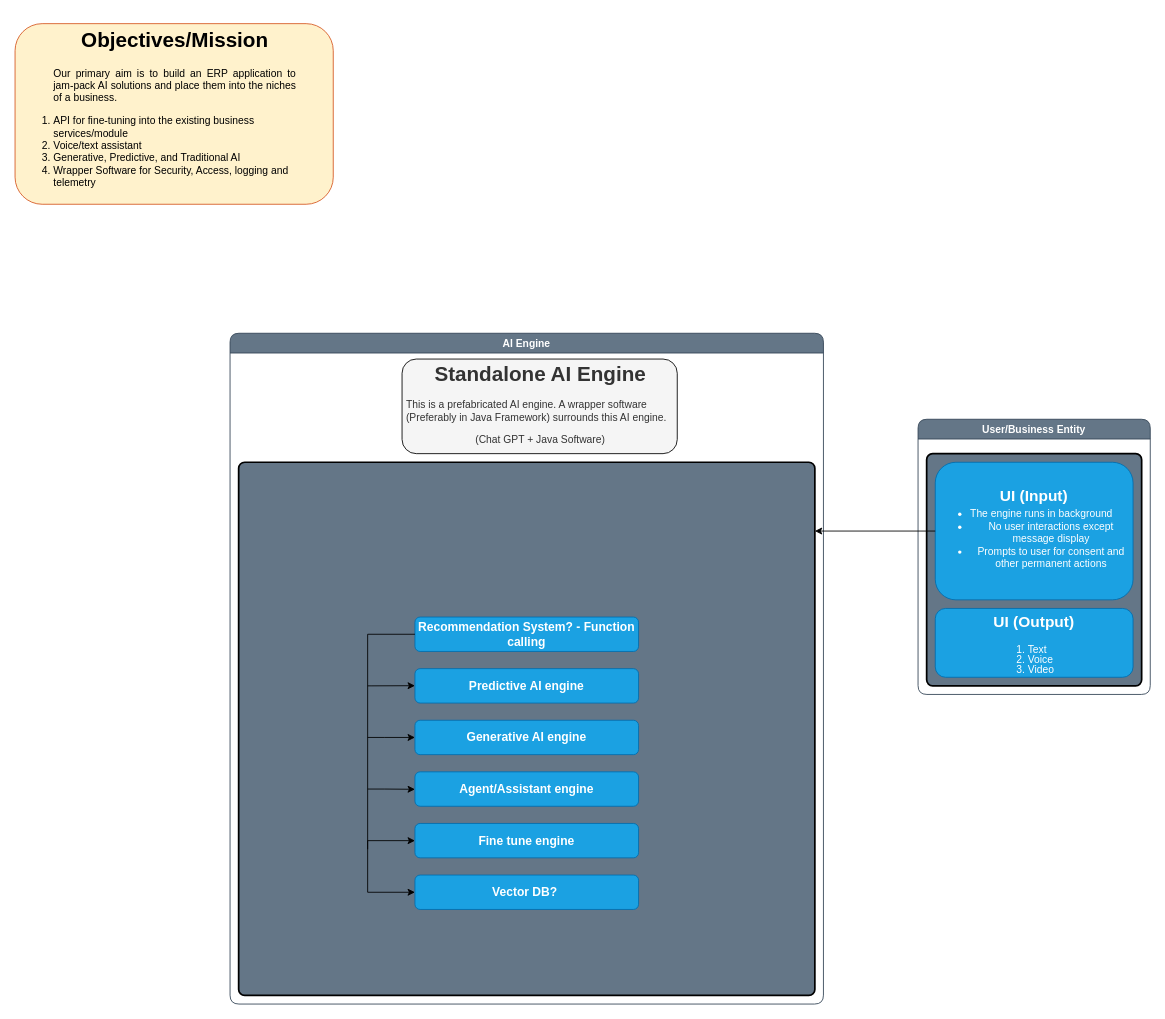
Earlier version of the draw.io diagram System-Design.drawio (Pramosh-Sursa/AI-POC). Source tidied: cells renumbered, new cells numbered last; positions are measured from the earlier drawing's top-left corner, leaving out a move shared by most shapes. Both pictures are drawn from the tidied source at 86%, with x=0, y=0 at pixel (15, 23).
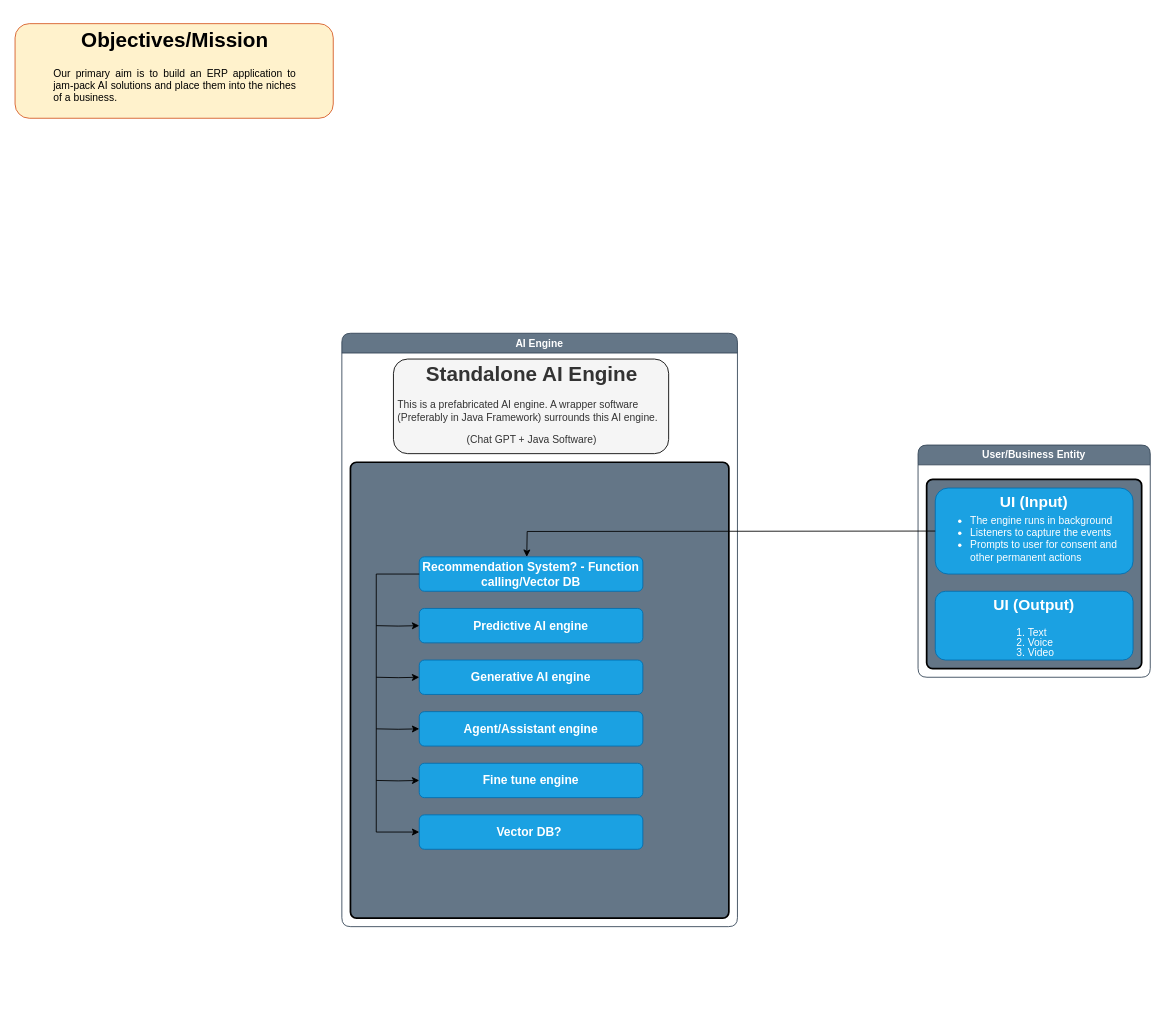
After the change.

Commit message:
Completed Standalone

What changed in the source:
```diff
@@
     <mxCell id="2" value="&lt;div&gt;AI Engine&lt;/div&gt;" style="swimlane;whiteSpace=wrap;html=1;rounded=1;fillColor=#647687;fontColor=#ffffff;strokeColor=#314354;glass=0;fillStyle=auto;gradientColor=none;" parent="1" vertex="1">
-      <mxGeometry x="250" y="360" width="690" height="780" as="geometry" />
+      <mxGeometry x="380" y="360" width="460" height="690" as="geometry" />
     </mxCell>
     <mxCell id="3" style="rounded=1;whiteSpace=wrap;html=1;absoluteArcSize=1;arcSize=14;strokeWidth=2;fillColor=#647687;" parent="2" vertex="1">
-      <mxGeometry x="10" y="150" width="670" height="620" as="geometry" />
+      <mxGeometry x="10" y="150" width="440" height="530" as="geometry" />
     </mxCell>
     <mxCell id="4" value="&lt;h1 style=&quot;line-height: 100%;&quot; align=&quot;center&quot;&gt;Standalone AI Engine&lt;br&gt;&lt;/h1&gt;&lt;p style=&quot;line-height: 120%;&quot;&gt;This is a prefabricated AI engine. A wrapper software (Preferably in Java Framework) surrounds this AI engine.&lt;/p&gt;&lt;p style=&quot;line-height: 120%;&quot;&gt;&lt;/p&gt;&lt;div align=&quot;center&quot;&gt;(Chat GPT + Java Software)&lt;br&gt;&lt;/div&gt;&lt;p&gt;&lt;br&gt;&lt;/p&gt;&lt;p style=&quot;line-height: 120%;&quot;&gt;&lt;/p&gt;" style="text;html=1;strokeColor=#000000;fillColor=#f5f5f5;spacing=5;spacingTop=-20;whiteSpace=wrap;overflow=hidden;rounded=1;fontColor=#333333;glass=0;shadow=0;" parent="2" vertex="1">
-      <mxGeometry x="200" y="30" width="320" height="110" as="geometry" />
+      <mxGeometry x="60" y="30" width="320" height="110" as="geometry" />
     </mxCell>
-    <mxCell id="5" value="&lt;h3&gt;Recommendation System? - Function calling&lt;br&gt;&lt;/h3&gt;" style="rounded=1;whiteSpace=wrap;html=1;fillColor=#1ba1e2;fontColor=#ffffff;strokeColor=#006EAF;" parent="2" vertex="1">
-      <mxGeometry x="215" y="330" width="260" height="40" as="geometry" />
+    <mxCell id="5" value="&lt;h3&gt;Recommendation System? - Function calling/Vector DB&lt;br&gt;&lt;/h3&gt;" style="rounded=1;whiteSpace=wrap;html=1;fillColor=#1ba1e2;fontColor=#ffffff;strokeColor=#006EAF;" parent="2" vertex="1">
+      <mxGeometry x="90" y="260" width="260" height="40" as="geometry" />
     </mxCell>
     <mxCell id="6" value="&lt;h3&gt;Predictive AI engine&lt;/h3&gt;" style="rounded=1;whiteSpace=wrap;html=1;fillColor=#1ba1e2;fontColor=#ffffff;strokeColor=#006EAF;" parent="2" vertex="1">
-      <mxGeometry x="215" y="390" width="260" height="40" as="geometry" />
+      <mxGeometry x="90" y="320" width="260" height="40" as="geometry" />
     </mxCell>
     <mxCell id="7" value="&lt;h3&gt;Generative AI engine&lt;/h3&gt;" style="rounded=1;whiteSpace=wrap;html=1;fillColor=#1ba1e2;fontColor=#ffffff;strokeColor=#006EAF;" parent="2" vertex="1">
-      <mxGeometry x="215" y="450" width="260" height="40" as="geometry" />
+      <mxGeometry x="90" y="380" width="260" height="40" as="geometry" />
     </mxCell>
     <mxCell id="8" value="&lt;h3&gt;Agent/Assistant engine&lt;/h3&gt;" style="rounded=1;whiteSpace=wrap;html=1;fillColor=#1ba1e2;fontColor=#ffffff;strokeColor=#006EAF;" parent="2" vertex="1">
-      <mxGeometry x="215" y="510" width="260" height="40" as="geometry" />
+      <mxGeometry x="90" y="440" width="260" height="40" as="geometry" />
     </mxCell>
     <mxCell id="9" value="&lt;h3&gt;Fine tune engine&lt;/h3&gt;" style="rounded=1;whiteSpace=wrap;html=1;fillColor=#1ba1e2;fontColor=#ffffff;strokeColor=#006EAF;" parent="2" vertex="1">
-      <mxGeometry x="215" y="570" width="260" height="40" as="geometry" />
+      <mxGeometry x="90" y="500" width="260" height="40" as="geometry" />
     </mxCell>
     <mxCell id="10" value="&lt;h3&gt;Vector DB?&amp;nbsp; &lt;br&gt;&lt;/h3&gt;" style="rounded=1;whiteSpace=wrap;html=1;fillColor=#1ba1e2;fontColor=#ffffff;strokeColor=#006EAF;" parent="2" vertex="1">
-      <mxGeometry x="215" y="630" width="260" height="40" as="geometry" />
+      <mxGeometry x="90" y="560" width="260" height="40" as="geometry" />
     </mxCell>
-    <mxCell id="11" style="endArrow=classic;html=1;rounded=0;edgeStyle=orthogonalEdgeStyle;entryX=0;entryY=0.5;entryDx=0;entryDy=0;shadow=0;" parent="2" edge="1" target="10">
+    <mxCell id="11" style="endArrow=classic;html=1;rounded=0;edgeStyle=orthogonalEdgeStyle;entryX=0;entryY=0.5;entryDx=0;entryDy=0;shadow=0;exitX=0;exitY=0.5;exitDx=0;exitDy=0;" parent="2" edge="1" source="5" target="10">
       <mxGeometry relative="1" as="geometry">
-        <mxPoint x="215" y="350" as="sourcePoint" />
         <Array as="points">
-          <mxPoint x="160" y="350" />
-          <mxPoint x="160" y="650" />
+          <mxPoint x="40" y="280" />
+          <mxPoint x="40" y="580" />
         </Array>
       </mxGeometry>
     </mxCell>
-    <mxCell id="12" style="endArrow=classic;html=1;rounded=0;edgeStyle=orthogonalEdgeStyle;" parent="2" edge="1">
+    <mxCell id="12" style="endArrow=classic;html=1;rounded=0;edgeStyle=orthogonalEdgeStyle;" parent="2" edge="1" target="6">
       <mxGeometry relative="1" as="geometry">
-        <mxPoint x="160" y="410" as="sourcePoint" />
-        <mxPoint x="215" y="409.8" as="targetPoint" />
-        <Array as="points">
-          <mxPoint x="165" y="409.8" />
-          <mxPoint x="165" y="409.8" />
-        </Array>
+        <mxPoint x="40" y="340" as="sourcePoint" />
       </mxGeometry>
     </mxCell>
-    <mxCell id="13" style="endArrow=classic;html=1;rounded=0;edgeStyle=orthogonalEdgeStyle;entryX=0;entryY=0.5;entryDx=0;entryDy=0;" parent="2" edge="1" target="7">
+    <mxCell id="13" style="endArrow=classic;html=1;rounded=0;edgeStyle=orthogonalEdgeStyle;" parent="2" edge="1" target="7">
       <mxGeometry relative="1" as="geometry">
-        <mxPoint x="160" y="470" as="sourcePoint" />
-        <Array as="points">
-          <mxPoint x="180" y="470" />
-          <mxPoint x="180" y="470" />
-        </Array>
+        <mxPoint x="40" y="400" as="sourcePoint" />
       </mxGeometry>
     </mxCell>
-    <mxCell id="14" style="endArrow=classic;html=1;rounded=0;edgeStyle=orthogonalEdgeStyle;entryX=0;entryY=0.5;entryDx=0;entryDy=0;" parent="2" edge="1">
-      <mxGeometry relative="1" as="geometry">
-        <mxPoint x="160" y="530" as="sourcePoint" />
-        <mxPoint x="215" y="530.3" as="targetPoint" />
-        <Array as="points">
-          <mxPoint x="180" y="529.3" />
-        </Array>
-      </mxGeometry>
-    </mxCell>
-    <mxCell id="15" style="endArrow=classic;html=1;rounded=0;edgeStyle=orthogonalEdgeStyle;entryX=0;entryY=0.5;entryDx=0;entryDy=0;" parent="2" edge="1" target="9">
-      <mxGeometry relative="1" as="geometry">
-        <mxPoint x="160" y="600" as="sourcePoint" />
-        <Array as="points">
-          <mxPoint x="160" y="590" />
-        </Array>
-      </mxGeometry>
-    </mxCell>
+    <mxCell id="22" style="endArrow=classic;html=1;rounded=0;edgeStyle=orthogonalEdgeStyle;entryX=0;entryY=0.5;entryDx=0;entryDy=0;" parent="2" edge="1" target="8">
+      <mxGeometry relative="1" as="geometry">
+        <mxPoint x="40" y="460" as="sourcePoint" />
+      </mxGeometry>
+    </mxCell>
+    <mxCell id="23" style="endArrow=classic;html=1;rounded=0;edgeStyle=orthogonalEdgeStyle;entryX=0;entryY=0.5;entryDx=0;entryDy=0;" parent="2" edge="1" target="9">
+      <mxGeometry relative="1" as="geometry">
+        <mxPoint x="40" y="520" as="sourcePoint" />
+      </mxGeometry>
+    </mxCell>
-    <mxCell id="16" value="&lt;h1 align=&quot;center&quot;&gt;Objectives/Mission&lt;br&gt;&lt;/h1&gt;&lt;blockquote&gt;&lt;div align=&quot;justify&quot;&gt;Our primary aim is to build an ERP application to jam-pack AI solutions and place them into the niches of a business.&lt;br&gt;&lt;/div&gt;&lt;/blockquote&gt;&lt;ol&gt;&lt;li&gt;API for fine-tuning into the existing business services/module&lt;br&gt;&lt;/li&gt;&lt;li&gt;Voice/text assistant&lt;/li&gt;&lt;li&gt;Generative, Predictive, and Traditional AI&lt;br&gt;&lt;/li&gt;&lt;li&gt;Wrapper Software for Security, Access, logging and telemetry&lt;/li&gt;&lt;/ol&gt;" style="text;html=1;strokeColor=#D65822;fillColor=#fff2cc;spacing=5;spacingTop=-20;whiteSpace=wrap;overflow=hidden;rounded=1;labelBorderColor=none;labelBackgroundColor=none;" parent="1" vertex="1">
-      <mxGeometry width="370" height="210" as="geometry" />
+    <mxCell id="16" value="&lt;h1 align=&quot;center&quot;&gt;Objectives/Mission&lt;br&gt;&lt;/h1&gt;&lt;blockquote&gt;&lt;div align=&quot;justify&quot;&gt;Our primary aim is to build an ERP application to jam-pack AI solutions and place them into the niches of a business.&lt;br&gt;&lt;/div&gt;&lt;/blockquote&gt;" style="text;html=1;strokeColor=#D65822;fillColor=#fff2cc;spacing=5;spacingTop=-20;whiteSpace=wrap;overflow=hidden;rounded=1;labelBorderColor=none;labelBackgroundColor=none;" parent="1" vertex="1">
+      <mxGeometry width="370" height="110" as="geometry" />
     </mxCell>
     <mxCell id="17" value="User/Business Entity" style="swimlane;whiteSpace=wrap;html=1;rounded=1;fillColor=#647687;fontColor=#ffffff;strokeColor=#314354;" parent="1" vertex="1">
-      <mxGeometry x="1050" y="460" width="270" height="320" as="geometry" />
+      <mxGeometry x="1050" y="490" width="270" height="270" as="geometry" />
     </mxCell>
     <mxCell id="18" style="rounded=1;whiteSpace=wrap;html=1;absoluteArcSize=1;arcSize=14;strokeWidth=2;fillColor=#647687;" parent="17" vertex="1">
-      <mxGeometry x="10" y="40" width="250" height="270" as="geometry" />
+      <mxGeometry x="10" y="40" width="250" height="220" as="geometry" />
     </mxCell>
-    <mxCell id="19" value="&lt;h2 style=&quot;line-height: 0%;&quot;&gt;UI (Input)&lt;/h2&gt;&lt;div&gt;&lt;ul&gt;&lt;li&gt;&lt;div align=&quot;left&quot;&gt;The engine runs in background&lt;/div&gt;&lt;/li&gt;&lt;li&gt;No user interactions except message display&lt;br&gt;&lt;/li&gt;&lt;li&gt;Prompts to user for consent and other permanent actions&lt;br&gt;&lt;/li&gt;&lt;/ul&gt;&lt;/div&gt;" style="rounded=1;whiteSpace=wrap;html=1;fillColor=#1ba1e2;fontColor=#ffffff;strokeColor=#006EAF;" parent="17" vertex="1">
-      <mxGeometry x="20" y="50" width="230" height="160" as="geometry" />
+    <mxCell id="19" value="&lt;h2 style=&quot;line-height: 0%;&quot;&gt;UI (Input)&lt;/h2&gt;&lt;div&gt;&lt;ul&gt;&lt;li&gt;&lt;div align=&quot;left&quot;&gt;The engine runs in background &lt;br&gt;&lt;/div&gt;&lt;/li&gt;&lt;li&gt;&lt;div align=&quot;left&quot;&gt;Listeners to capture the events&lt;br&gt;&lt;/div&gt;&lt;/li&gt;&lt;li&gt;&lt;div align=&quot;left&quot;&gt;Prompts to user for consent and other permanent actions&lt;br&gt;&lt;/div&gt;&lt;/li&gt;&lt;/ul&gt;&lt;/div&gt;" style="rounded=1;whiteSpace=wrap;html=1;fillColor=#1ba1e2;fontColor=#ffffff;strokeColor=#006EAF;" parent="17" vertex="1">
+      <mxGeometry x="20" y="50" width="230" height="100" as="geometry" />
     </mxCell>
-    <mxCell id="20" value="&lt;p style=&quot;line-height: 120%;&quot;&gt;&lt;/p&gt;&lt;h2&gt;UI (Output)&lt;/h2&gt;&lt;div align=&quot;left&quot;&gt;&lt;ol style=&quot;line-height: 100%;&quot;&gt;&lt;li&gt;Text&lt;/li&gt;&lt;li&gt;Voice&lt;/li&gt;&lt;li&gt;Video&lt;/li&gt;&lt;/ol&gt;&lt;/div&gt;&lt;p&gt;&lt;/p&gt;" style="rounded=1;whiteSpace=wrap;html=1;fillColor=#1ba1e2;fontColor=#ffffff;strokeColor=#006EAF;" parent="17" vertex="1">
-      <mxGeometry x="20" y="220" width="230" height="80" as="geometry" />
+    <mxCell id="20" value="&lt;p style=&quot;line-height: 120%;&quot;&gt;&lt;/p&gt;&lt;h2&gt;UI (Output)&lt;/h2&gt;&lt;div&gt;&lt;ol style=&quot;line-height: 100%;&quot;&gt;&lt;li&gt;&lt;div align=&quot;left&quot;&gt;Text&lt;/div&gt;&lt;/li&gt;&lt;li&gt;&lt;div align=&quot;left&quot;&gt;Voice&lt;/div&gt;&lt;/li&gt;&lt;li&gt;&lt;div align=&quot;left&quot;&gt;Video&lt;/div&gt;&lt;/li&gt;&lt;/ol&gt;&lt;/div&gt;&lt;p&gt;&lt;/p&gt;" style="rounded=1;whiteSpace=wrap;html=1;fillColor=#1ba1e2;fontColor=#ffffff;strokeColor=#006EAF;" parent="17" vertex="1">
+      <mxGeometry x="20" y="170" width="230" height="80" as="geometry" />
     </mxCell>
     <mxCell id="21" style="endArrow=classic;html=1;rounded=0;edgeStyle=orthogonalEdgeStyle;exitX=0;exitY=0.5;exitDx=0;exitDy=0;" parent="1" edge="1">
       <mxGeometry relative="1" as="geometry">
         <mxPoint x="1070" y="590" as="sourcePoint" />
-        <mxPoint x="930" y="590" as="targetPoint" />
+        <mxPoint x="595" y="620" as="targetPoint" />
       </mxGeometry>
     </mxCell>
```
